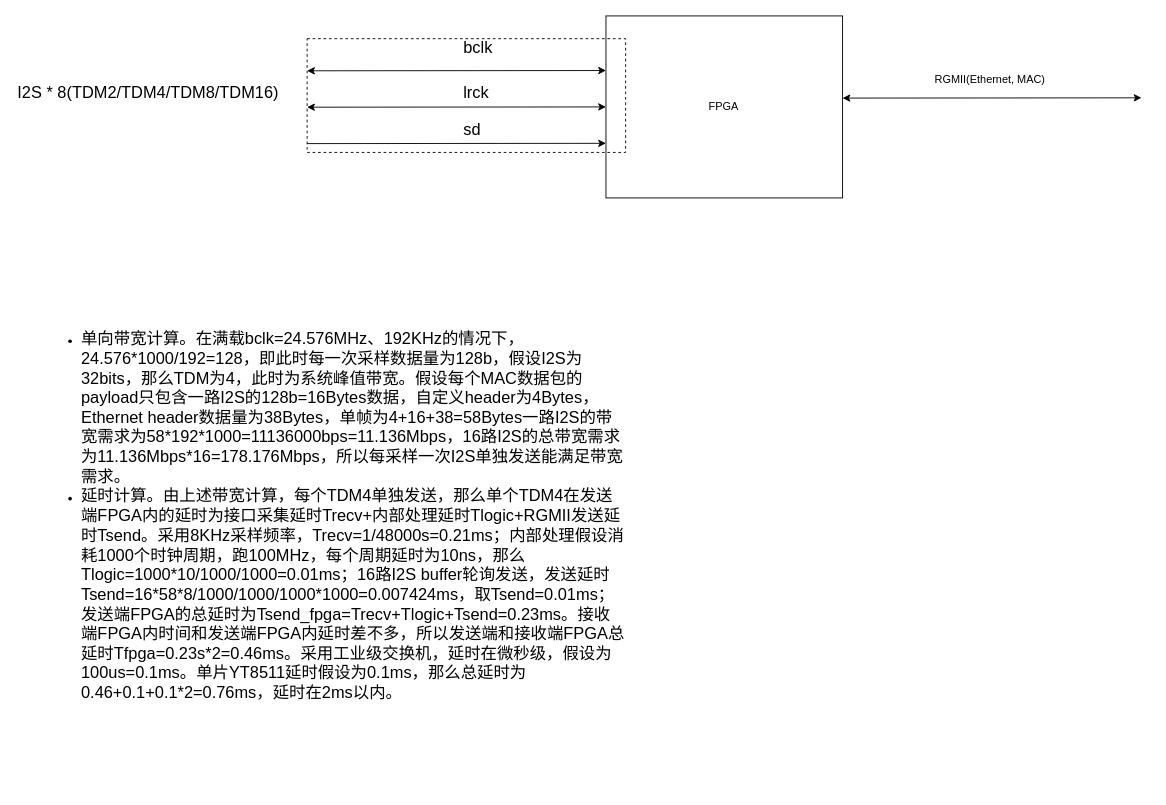
The draw.io diagram page "带宽延时计算" (3 of 15) of Audio-Ethernet.drawio in gdhzyz/draws, before the edit. Source tidied: cells renumbered, new cells numbered last; positions are measured from the earlier drawing's top-left corner, leaving out a move shared by most shapes. Both pictures are drawn from the tidied source at 91%, with x=0, y=0 at pixel (15, 15).
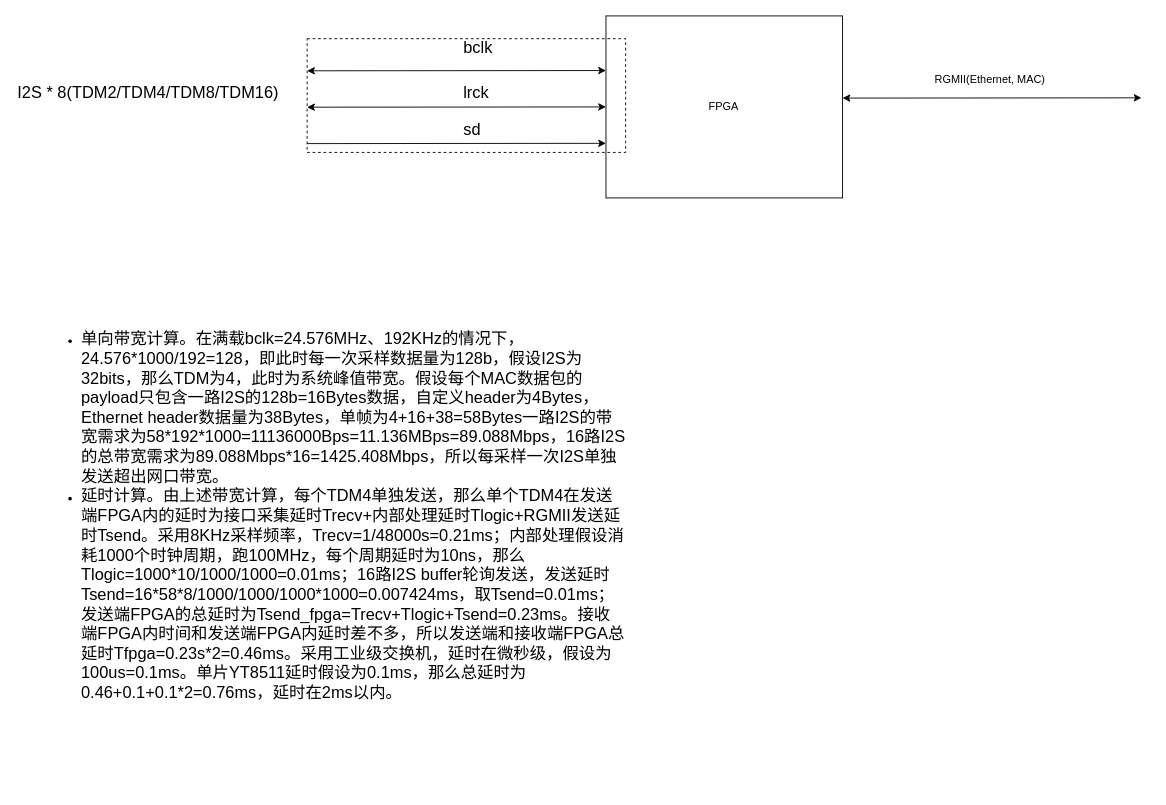
The same diagram, later.

Diff of the diagram source:
```diff
@@
 <mxGraphModel>
   <root>
     <mxCell id="0" />
     <mxCell id="1" parent="0" />
     <mxCell id="2" value="FPGA" style="rounded=0;whiteSpace=wrap;html=1;" parent="1" vertex="1">
       <mxGeometry x="648.4" width="260" height="200" as="geometry" />
     </mxCell>
     <mxCell id="3" style="endArrow=classic;html=1;rounded=0;entryX=-0.006;entryY=0.511;entryDx=0;entryDy=0;entryPerimeter=0;startArrow=classic;startFill=1;" parent="1" edge="1">
       <mxGeometry relative="1" as="geometry">
         <mxPoint x="320" y="60.3" as="sourcePoint" />
         <mxPoint x="648.4" y="60" as="targetPoint" />
       </mxGeometry>
     </mxCell>
     <mxCell id="4" value="&lt;span style=&quot;font-size: 18px; background-color: initial;&quot;&gt;I2S * 8(TDM2/TDM4/TDM8/TDM16)&lt;/span&gt;" style="text;strokeColor=none;align=left;fillColor=none;html=1;verticalAlign=middle;whiteSpace=wrap;rounded=0;imageAspect=1;imageAlign=left;" parent="1" vertex="1">
       <mxGeometry y="35" width="340" height="100" as="geometry" />
     </mxCell>
     <mxCell id="5" style="endArrow=classic;html=1;rounded=0;entryX=-0.006;entryY=0.511;entryDx=0;entryDy=0;entryPerimeter=0;startArrow=classic;startFill=1;" parent="1" edge="1">
       <mxGeometry relative="1" as="geometry">
         <mxPoint x="908.4" y="90.3" as="sourcePoint" />
         <mxPoint x="1236.9" y="90" as="targetPoint" />
       </mxGeometry>
     </mxCell>
     <mxCell id="6" value="RGMII(Ethernet, MAC)" style="text;strokeColor=none;align=left;fillColor=none;html=1;verticalAlign=middle;whiteSpace=wrap;rounded=0;imageAspect=1;imageAlign=left;" parent="1" vertex="1">
       <mxGeometry x="1008.4" y="50" width="140" height="40" as="geometry" />
     </mxCell>
     <mxCell id="7" style="endArrow=classic;html=1;rounded=0;entryX=-0.006;entryY=0.511;entryDx=0;entryDy=0;entryPerimeter=0;startArrow=classic;startFill=1;" parent="1" edge="1">
       <mxGeometry relative="1" as="geometry">
         <mxPoint x="320" y="100.3" as="sourcePoint" />
         <mxPoint x="648.4" y="100" as="targetPoint" />
       </mxGeometry>
     </mxCell>
     <mxCell id="8" style="endArrow=classic;html=1;rounded=0;entryX=-0.006;entryY=0.511;entryDx=0;entryDy=0;entryPerimeter=0;" parent="1" edge="1">
       <mxGeometry relative="1" as="geometry">
         <mxPoint x="320" y="140.3" as="sourcePoint" />
         <mxPoint x="648.4" y="140" as="targetPoint" />
       </mxGeometry>
     </mxCell>
     <mxCell id="9" value="&lt;span style=&quot;background-color: initial; font-size: 18px;&quot;&gt;bclk&lt;/span&gt;" style="text;strokeColor=none;align=left;fillColor=none;html=1;verticalAlign=middle;whiteSpace=wrap;rounded=0;imageAspect=1;imageAlign=left;" parent="1" vertex="1">
       <mxGeometry x="490" y="10" width="110" height="50" as="geometry" />
     </mxCell>
     <mxCell id="10" value="&lt;span style=&quot;font-size: 18px; background-color: initial;&quot;&gt;lrck&lt;/span&gt;" style="text;strokeColor=none;align=left;fillColor=none;html=1;verticalAlign=middle;whiteSpace=wrap;rounded=0;imageAspect=1;imageAlign=left;" parent="1" vertex="1">
       <mxGeometry x="490" y="60" width="110" height="50" as="geometry" />
     </mxCell>
     <mxCell id="11" value="&lt;span style=&quot;font-size: 18px; background-color: initial;&quot;&gt;sd&lt;/span&gt;" style="text;strokeColor=none;align=left;fillColor=none;html=1;verticalAlign=middle;whiteSpace=wrap;rounded=0;imageAspect=1;imageAlign=left;" parent="1" vertex="1">
       <mxGeometry x="490" y="100" width="110" height="50" as="geometry" />
     </mxCell>
     <mxCell id="12" style="rounded=0;whiteSpace=wrap;html=1;fillStyle=auto;dashed=1;fillColor=none;" parent="1" vertex="1">
       <mxGeometry x="320" y="25" width="350" height="125" as="geometry" />
     </mxCell>
-    <mxCell id="13" value="&lt;ul&gt;&lt;li&gt;&lt;span style=&quot;font-size: 18px;&quot;&gt;单向带宽计算。在满载bclk=24.576MHz、192KHz的情况下，24.576*1000/192=128，即此时每一次采样数据量为128b，假设I2S为32bits，那么TDM为4，此时为系统峰值带宽。假设每个MAC数据包的payload只包含一路I2S的128b=16Bytes数据，自定义header为4Bytes，Ethernet header数据量为38Bytes，单帧为4+16+38=58Bytes一路I2S的带宽需求为58*192*1000=11136000bps=11.136Mbps，16路I2S的总带宽需求为11.136Mbps*16=178.176Mbps，所以每采样一次I2S单独发送能满足带宽需求。&lt;/span&gt;&lt;/li&gt;&lt;li&gt;&lt;span style=&quot;font-size: 18px;&quot;&gt;延时计算。由上述带宽计算，每个TDM4单独发送，那么单个TDM4在发送端FPGA内的延时为接口采集延时Trecv+内部处理延时Tlogic+RGMII发送延时Tsend。采用8KHz采样频率，Trecv=1/48000s=0.21ms；内部处理假设消耗1000个时钟周期，跑100MHz，每个周期延时为10ns，那么Tlogic=1000*10/1000/1000=0.01ms；16路I2S buffer轮询发送，发送延时Tsend=16*58*8/1000/1000/1000*1000=0.007424ms，取Tsend=0.01ms；发送端FPGA的总延时为Tsend_fpga=Trecv+Tlogic+Tsend=0.23ms。接收端FPGA内时间和发送端FPGA内延时差不多，所以发送端和接收端FPGA总延时Tfpga=0.23s*2=0.46ms。采用工业级交换机，延时在微秒级，假设为100us=0.1ms。单片YT8511延时假设为0.1ms，那么总延时为0.46+0.1+0.1*2=0.76ms，延时在2ms以内。&lt;/span&gt;&lt;/li&gt;&lt;/ul&gt;&lt;div&gt;&lt;/div&gt;" style="text;strokeColor=none;align=left;fillColor=none;html=1;verticalAlign=middle;whiteSpace=wrap;rounded=0;imageAspect=1;imageAlign=left;" parent="1" vertex="1">
+    <mxCell id="13" value="&lt;ul&gt;&lt;li&gt;&lt;span style=&quot;font-size: 18px;&quot;&gt;单向带宽计算。在满载bclk=24.576MHz、192KHz的情况下，24.576*1000/192=128，即此时每一次采样数据量为128b，假设I2S为32bits，那么TDM为4，此时为系统峰值带宽。假设每个MAC数据包的payload只包含一路I2S的128b=16Bytes数据，自定义header为4Bytes，Ethernet header数据量为38Bytes，单帧为4+16+38=58Bytes一路I2S的带宽需求为58*192*1000=11136000Bps=11.136MBps=89.088Mbps，16路I2S的总带宽需求为89.088Mbps*16=1425.408Mbps，所以每采样一次I2S单独发送超出网口带宽。&lt;/span&gt;&lt;/li&gt;&lt;li&gt;&lt;span style=&quot;font-size: 18px;&quot;&gt;延时计算。由上述带宽计算，每个TDM4单独发送，那么单个TDM4在发送端FPGA内的延时为接口采集延时Trecv+内部处理延时Tlogic+RGMII发送延时Tsend。采用8KHz采样频率，Trecv=1/48000s=0.21ms；内部处理假设消耗1000个时钟周期，跑100MHz，每个周期延时为10ns，那么Tlogic=1000*10/1000/1000=0.01ms；16路I2S buffer轮询发送，发送延时Tsend=16*58*8/1000/1000/1000*1000=0.007424ms，取Tsend=0.01ms；发送端FPGA的总延时为Tsend_fpga=Trecv+Tlogic+Tsend=0.23ms。接收端FPGA内时间和发送端FPGA内延时差不多，所以发送端和接收端FPGA总延时Tfpga=0.23s*2=0.46ms。采用工业级交换机，延时在微秒级，假设为100us=0.1ms。单片YT8511延时假设为0.1ms，那么总延时为0.46+0.1+0.1*2=0.76ms，延时在2ms以内。&lt;/span&gt;&lt;/li&gt;&lt;/ul&gt;&lt;div&gt;&lt;/div&gt;" style="text;strokeColor=none;align=left;fillColor=none;html=1;verticalAlign=middle;whiteSpace=wrap;rounded=0;imageAspect=1;imageAlign=left;" parent="1" vertex="1">
       <mxGeometry x="30" y="250" width="640" height="600" as="geometry" />
     </mxCell>
   </root>
 </mxGraphModel>
```
